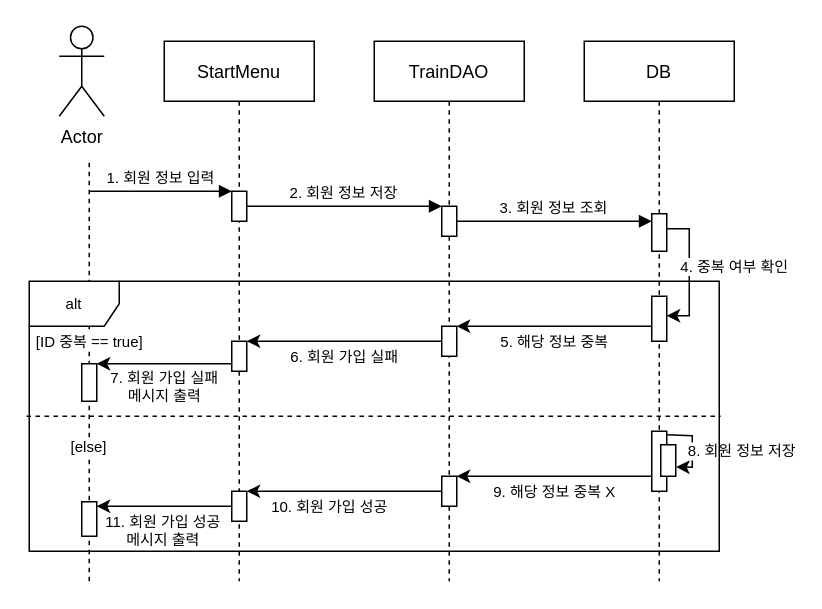
This is diagram/SignUpSequence.drawio from eeeeyeot/JAVATrainTicketing, a draw.io file, before an edit. Source tidied: cells renumbered, new cells numbered last; positions are measured from the earlier drawing's top-left corner, leaving out a move shared by most shapes. Both pictures are drawn from the tidied source at 150%, with x=0, y=0 at pixel (28, 26).
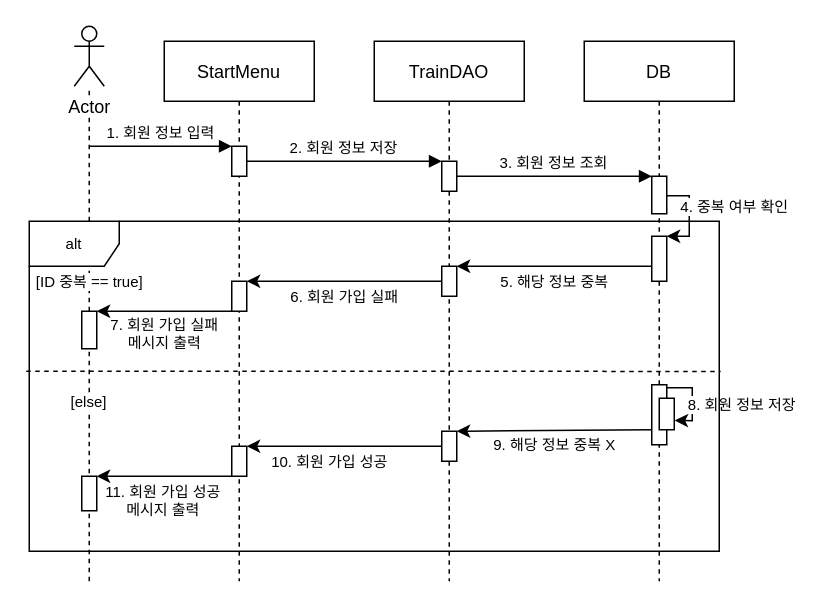
Above is the later version.

The change refers to these unchanged cells:
```xml
<mxCell id="2" value="StartMenu" style="shape=umlLifeline;perimeter=lifelinePerimeter;rounded=0;shadow=0;strokeWidth=1;" parent="1" vertex="1">
  <mxGeometry x="90" y="10" width="100" height="360" as="geometry" />
</mxCell>
<mxCell id="6" value="TrainDAO" style="shape=umlLifeline;perimeter=lifelinePerimeter;rounded=0;shadow=0;strokeWidth=1;" parent="1" vertex="1">
  <mxGeometry x="230" y="10" width="100" height="360" as="geometry" />
</mxCell>
<mxCell id="13" value="DB" style="shape=umlLifeline;perimeter=lifelinePerimeter;rounded=0;shadow=0;strokeWidth=1;" parent="1" vertex="1">
  <mxGeometry x="370" y="10" width="100" height="360" as="geometry" />
</mxCell>
```

Change to the diagram source:
```diff
@@
     <mxCell id="3" style="points=[];perimeter=orthogonalPerimeter;rounded=0;shadow=0;strokeWidth=1;" parent="2" vertex="1">
-      <mxGeometry x="45" y="100" width="10" height="20" as="geometry" />
+      <mxGeometry x="45" y="70" width="10" height="20" as="geometry" />
     </mxCell>
     <mxCell id="4" style="points=[];perimeter=orthogonalPerimeter;rounded=0;shadow=0;strokeWidth=1;" parent="2" vertex="1">
-      <mxGeometry x="45" y="200" width="10" height="20" as="geometry" />
+      <mxGeometry x="45" y="160" width="10" height="20" as="geometry" />
     </mxCell>
     <mxCell id="5" style="points=[];perimeter=orthogonalPerimeter;rounded=0;shadow=0;strokeWidth=1;" parent="2" vertex="1">
-      <mxGeometry x="45" y="300" width="10" height="20" as="geometry" />
+      <mxGeometry x="45" y="270" width="10" height="20" as="geometry" />
     </mxCell>
@@
     <mxCell id="7" style="points=[];perimeter=orthogonalPerimeter;rounded=0;shadow=0;strokeWidth=1;" parent="6" vertex="1">
-      <mxGeometry x="45" y="110" width="10" height="20" as="geometry" />
+      <mxGeometry x="45" y="80" width="10" height="20" as="geometry" />
     </mxCell>
     <mxCell id="8" style="points=[];perimeter=orthogonalPerimeter;rounded=0;shadow=0;strokeWidth=1;" parent="6" vertex="1">
-      <mxGeometry x="45" y="190" width="10" height="20" as="geometry" />
+      <mxGeometry x="45" y="150" width="10" height="20" as="geometry" />
     </mxCell>
     <mxCell id="9" style="points=[];perimeter=orthogonalPerimeter;rounded=0;shadow=0;strokeWidth=1;" parent="6" vertex="1">
-      <mxGeometry x="45" y="290" width="10" height="20" as="geometry" />
+      <mxGeometry x="45" y="260" width="10" height="20" as="geometry" />
     </mxCell>
@@
-    <mxCell id="11" value="Actor" style="shape=umlActor;verticalLabelPosition=bottom;verticalAlign=top;html=1;outlineConnect=0;" parent="1" vertex="1">
-      <mxGeometry x="20" width="30" height="60" as="geometry" />
-    </mxCell>
-    <mxCell id="12" value="[ID 중복 == true]" style="endArrow=none;dashed=1;html=1;fontSize=10;" parent="1" edge="1">
-      <mxGeometry x="0.14" relative="1" as="geometry">
+    <mxCell id="12" value="[ID 중복 == true]" style="endArrow=none;dashed=1;html=1;fontSize=10;" parent="1" edge="1" target="11">
+      <mxGeometry x="0.21" relative="1" as="geometry">
         <mxPoint x="40" y="370" as="sourcePoint" />
-        <mxPoint x="40" y="90" as="targetPoint" />
       </mxGeometry>
     </mxCell>
@@
     <mxCell id="14" style="points=[];perimeter=orthogonalPerimeter;rounded=0;shadow=0;strokeWidth=1;" parent="13" vertex="1">
-      <mxGeometry x="45" y="115" width="10" height="25" as="geometry" />
+      <mxGeometry x="45" y="90" width="10" height="25" as="geometry" />
     </mxCell>
     <mxCell id="15" style="points=[];perimeter=orthogonalPerimeter;rounded=0;shadow=0;strokeWidth=1;" parent="13" vertex="1">
-      <mxGeometry x="45" y="170" width="10" height="30" as="geometry" />
+      <mxGeometry x="45" y="130" width="10" height="30" as="geometry" />
     </mxCell>
     <mxCell id="16" value="4. 중복 여부 확인" style="endArrow=classic;html=1;fontSize=10;rounded=0;" parent="13" edge="1" source="14" target="15">
-      <mxGeometry x="-0.09" y="30" relative="1" as="geometry">
+      <mxGeometry x="-0.23" y="30" relative="1" as="geometry">
         <Array as="points">
-          <mxPoint x="70" y="125" />
-          <mxPoint x="70" y="183" />
+          <mxPoint x="70" y="103" />
+          <mxPoint x="70" y="130" />
         </Array>
       </mxGeometry>
     </mxCell>
     <mxCell id="17" style="rounded=0;whiteSpace=wrap;html=1;labelBackgroundColor=#ffffff;fontSize=10;" parent="13" vertex="1">
-      <mxGeometry x="45" y="260" width="10" height="40" as="geometry" />
+      <mxGeometry x="45" y="229" width="10" height="40" as="geometry" />
     </mxCell>
     <mxCell id="18" value="1. 회원 정보 입력" style="verticalAlign=bottom;endArrow=block;shadow=0;strokeWidth=1;fontSize=10;" parent="1" edge="1" target="3">
       <mxGeometry relative="1" as="geometry">
-        <mxPoint x="40" y="110" as="sourcePoint" />
+        <mxPoint x="40" y="80" as="sourcePoint" />
       </mxGeometry>
     </mxCell>
@@
-    <mxCell id="20" style="endArrow=none;html=1;fontSize=10;exitX=-0.004;exitY=0.5;exitDx=0;exitDy=0;exitPerimeter=0;entryX=1.002;entryY=0.5;entryDx=0;entryDy=0;entryPerimeter=0;jumpStyle=none;rounded=0;targetPerimeterSpacing=0;jumpSize=11;dashed=1;sourcePerimeterSpacing=0;startSize=6;sketch=0;shadow=0;" parent="1" edge="1" source="32" target="32">
-      <mxGeometry relative="1" as="geometry" />
+    <mxCell id="20" style="endArrow=none;html=1;fontSize=10;entryX=1.002;entryY=0.455;entryDx=0;entryDy=0;entryPerimeter=0;jumpStyle=none;rounded=0;targetPerimeterSpacing=0;jumpSize=11;dashed=1;sourcePerimeterSpacing=0;startSize=6;sketch=0;shadow=0;" parent="1" edge="1" target="32">
+      <mxGeometry relative="1" as="geometry">
+        <mxPoint x="-2" y="230" as="sourcePoint" />
+      </mxGeometry>
     </mxCell>
@@
     <mxCell id="22" value="[else]" style="text;html=1;strokeColor=none;fillColor=none;align=center;verticalAlign=middle;whiteSpace=wrap;rounded=0;fontSize=10;labelBackgroundColor=#ffffff;" parent="1" vertex="1">
-      <mxGeometry x="20" y="270" width="40" height="20" as="geometry" />
+      <mxGeometry x="20" y="240" width="40" height="20" as="geometry" />
     </mxCell>
@@
     <mxCell id="24" style="points=[];perimeter=orthogonalPerimeter;rounded=0;shadow=0;strokeWidth=1;" parent="1" vertex="1">
-      <mxGeometry x="35" y="225" width="10" height="25" as="geometry" />
+      <mxGeometry x="35" y="190" width="10" height="25" as="geometry" />
     </mxCell>
     <mxCell id="25" style="points=[];perimeter=orthogonalPerimeter;rounded=0;shadow=0;strokeWidth=1;" parent="1" vertex="1">
-      <mxGeometry x="35" y="317" width="10" height="23" as="geometry" />
+      <mxGeometry x="35" y="300" width="10" height="23" as="geometry" />
     </mxCell>
     <mxCell id="26" style="rounded=0;whiteSpace=wrap;html=1;labelBackgroundColor=#ffffff;fontSize=10;" parent="1" vertex="1">
-      <mxGeometry x="421" y="279" width="10" height="21" as="geometry" />
+      <mxGeometry x="420" y="248" width="10" height="21" as="geometry" />
     </mxCell>
-    <mxCell id="27" value="8. 회원 정보 저장" style="endArrow=classic;html=1;shadow=0;strokeColor=#000000;fontSize=10;exitX=0.962;exitY=0.06;exitDx=0;exitDy=0;rounded=0;exitPerimeter=0;entryX=1.029;entryY=0.704;entryDx=0;entryDy=0;entryPerimeter=0;" parent="1" edge="1" source="17" target="26">
+    <mxCell id="27" value="8. 회원 정보 저장" style="endArrow=classic;html=1;shadow=0;strokeColor=#000000;fontSize=10;exitX=0.967;exitY=0.05;exitDx=0;exitDy=0;rounded=0;exitPerimeter=0;entryX=1.029;entryY=0.704;entryDx=0;entryDy=0;entryPerimeter=0;" parent="1" edge="1" source="17" target="26">
       <mxGeometry x="0.11" y="33" relative="1" as="geometry">
         <Array as="points">
-          <mxPoint x="442" y="273" />
-          <mxPoint x="442" y="294" />
+          <mxPoint x="442" y="241" />
+          <mxPoint x="442" y="263" />
         </Array>
       </mxGeometry>
     </mxCell>
@@
+    <mxCell id="11" value="Actor" style="shape=umlActor;verticalLabelPosition=bottom;verticalAlign=top;html=1;outlineConnect=0;labelBackgroundColor=#ffffff;" parent="1" vertex="1">
+      <mxGeometry x="30" width="20" height="40" as="geometry" />
+    </mxCell>
     <mxCell id="32" value="alt" style="shape=umlFrame;whiteSpace=wrap;html=1;fontSize=10;width=60;height=30;" parent="1" vertex="1">
-      <mxGeometry y="170" width="460" height="180" as="geometry" />
+      <mxGeometry y="130" width="460" height="220" as="geometry" />
     </mxCell>
```
